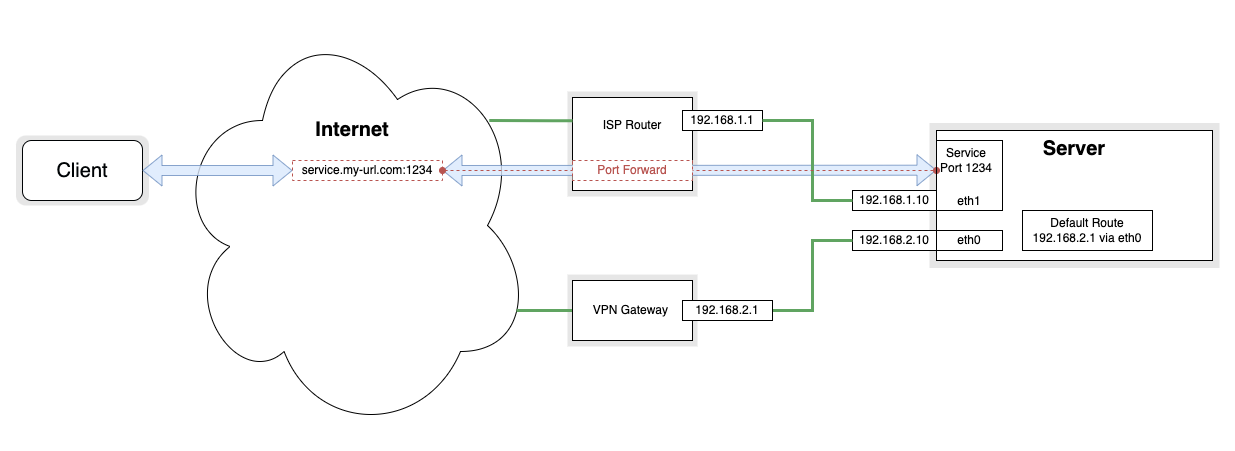
Earlier version of the draw.io export assets/wanted.png (mietzen/split-gateway). Source tidied: cells renumbered, new cells last; positions are measured from the earlier drawing's top-left corner, leaving out a move shared by most shapes.
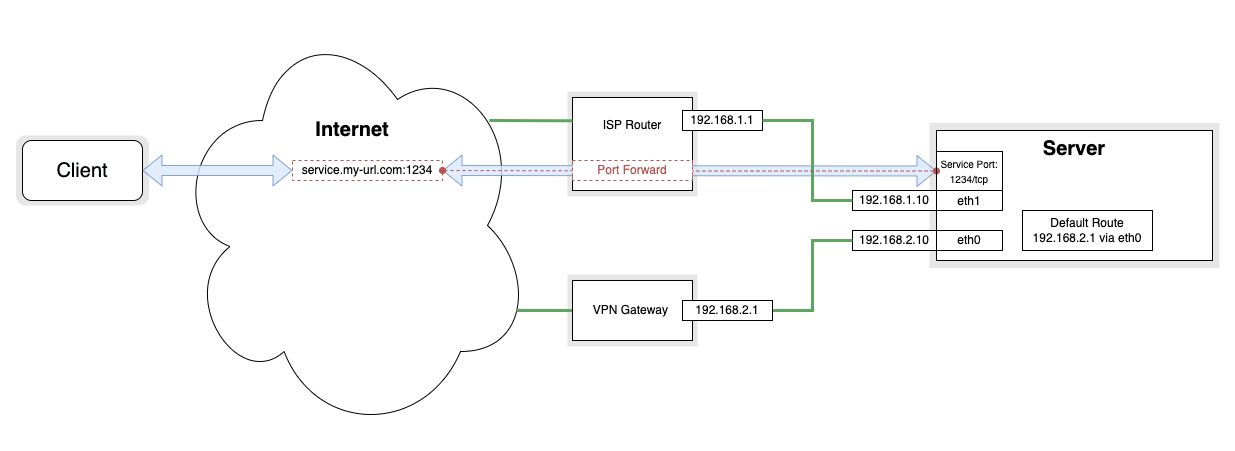
The same diagram one commit later.

Change to the diagram source:
```diff
@@ -2,98 +2,98 @@
   <root>
     <mxCell id="0" />
     <mxCell id="1" parent="0" />
-    <mxCell id="2" style="rounded=1;whiteSpace=wrap;html=1;fontSize=20;fontColor=#000305;strokeColor=none;fillColor=#E6E6E6;arcSize=14;" parent="1" vertex="1">
-      <mxGeometry x="0.5" y="120" width="133" height="70" as="geometry" />
+    <mxCell id="2" style="rounded=1;whiteSpace=wrap;html=1;fontSize=20;fontColor=#000305;strokeColor=none;fillColor=#E6E6E6;arcSize=0;" parent="1" vertex="1">
+      <mxGeometry x="914" y="107.5" width="290" height="145" as="geometry" />
     </mxCell>
-    <mxCell id="3" style="rounded=1;whiteSpace=wrap;html=1;fontSize=20;fontColor=#000305;strokeColor=none;fillColor=#E6E6E6;arcSize=0;" parent="1" vertex="1">
-      <mxGeometry x="552" y="76" width="130" height="105" as="geometry" />
+    <mxCell id="3" value="&lt;b&gt;&lt;font style=&quot;font-size: 20px;&quot;&gt;Server&lt;/font&gt;&lt;/b&gt;" style="rounded=0;whiteSpace=wrap;html=1;align=center;verticalAlign=top;" parent="1" vertex="1">
+      <mxGeometry x="921" y="115" width="276" height="130" as="geometry" />
     </mxCell>
-    <mxCell id="4" style="rounded=1;whiteSpace=wrap;html=1;fontSize=20;fontColor=#000305;strokeColor=none;fillColor=#E6E6E6;arcSize=0;" parent="1" vertex="1">
-      <mxGeometry x="552" y="259.1" width="130" height="71.9" as="geometry" />
+    <mxCell id="4" value="eth1" style="text;html=1;strokeColor=default;fillColor=none;align=center;verticalAlign=bottom;whiteSpace=wrap;rounded=0;" parent="1" vertex="1">
+      <mxGeometry x="921" y="175" width="66" height="20" as="geometry" />
     </mxCell>
-    <mxCell id="5" style="rounded=1;whiteSpace=wrap;html=1;fontSize=20;fontColor=#000305;strokeColor=none;fillColor=#E6E6E6;arcSize=0;" parent="1" vertex="1">
-      <mxGeometry x="914" y="107.5" width="290" height="145" as="geometry" />
+    <mxCell id="5" style="rounded=1;whiteSpace=wrap;html=1;fontSize=20;fontColor=#000305;strokeColor=none;fillColor=#E6E6E6;arcSize=14;" parent="1" vertex="1">
+      <mxGeometry x="0.5" y="120" width="133" height="70" as="geometry" />
     </mxCell>
-    <mxCell id="6" value="&lt;br&gt;ISP Router" style="rounded=0;whiteSpace=wrap;html=1;verticalAlign=top;" parent="1" vertex="1">
-      <mxGeometry x="557" y="82" width="120" height="93" as="geometry" />
+    <mxCell id="6" style="rounded=1;whiteSpace=wrap;html=1;fontSize=20;fontColor=#000305;strokeColor=none;fillColor=#E6E6E6;arcSize=0;" parent="1" vertex="1">
+      <mxGeometry x="552" y="76" width="130" height="105" as="geometry" />
     </mxCell>
-    <mxCell id="7" value="192.168.1.10" style="rounded=0;whiteSpace=wrap;html=1;" parent="1" vertex="1">
-      <mxGeometry x="837" y="175" width="84" height="20" as="geometry" />
+    <mxCell id="7" style="rounded=1;whiteSpace=wrap;html=1;fontSize=20;fontColor=#000305;strokeColor=none;fillColor=#E6E6E6;arcSize=0;" parent="1" vertex="1">
+      <mxGeometry x="552" y="259.1" width="130" height="71.9" as="geometry" />
     </mxCell>
-    <mxCell id="8" value="&lt;font style=&quot;font-size: 20px;&quot;&gt;&lt;br&gt;&lt;br&gt;&lt;br&gt;&lt;br&gt;&lt;b&gt;&lt;font style=&quot;font-size: 20px;&quot;&gt;Internet&lt;/font&gt;&lt;/b&gt;&lt;/font&gt;" style="ellipse;shape=cloud;whiteSpace=wrap;html=1;rounded=0;verticalAlign=top;" parent="1" vertex="1">
-      <mxGeometry x="157" width="360" height="420" as="geometry" />
+    <mxCell id="8" value="&lt;br&gt;ISP Router" style="rounded=0;whiteSpace=wrap;html=1;verticalAlign=top;" parent="1" vertex="1">
+      <mxGeometry x="557" y="82" width="120" height="93" as="geometry" />
     </mxCell>
-    <mxCell id="9" style="shape=flexArrow;endArrow=classic;html=1;rounded=0;fontSize=20;fontColor=#B85450;fillColor=#dae8fc;strokeColor=#6c8ebf;opacity=80;entryX=0;entryY=0.424;entryDx=0;entryDy=0;exitX=1;exitY=0.5;exitDx=0;exitDy=0;startArrow=block;entryPerimeter=0;" parent="1" edge="1" source="25" target="21">
-      <mxGeometry relative="1" as="geometry" />
+    <mxCell id="9" value="192.168.1.10" style="rounded=0;whiteSpace=wrap;html=1;" parent="1" vertex="1">
+      <mxGeometry x="837" y="175" width="84" height="20" as="geometry" />
     </mxCell>
-    <mxCell id="10" style="edgeStyle=orthogonalEdgeStyle;rounded=0;jettySize=auto;html=1;endArrow=none;endFill=0;entryX=0.88;entryY=0.25;entryDx=0;entryDy=0;entryPerimeter=0;exitX=0;exitY=0.25;exitDx=0;exitDy=0;strokeWidth=3;strokeColor=#60A461;" parent="1" edge="1" source="6" target="8">
-      <mxGeometry relative="1" as="geometry" />
+    <mxCell id="10" value="&lt;font style=&quot;font-size: 20px;&quot;&gt;&lt;br&gt;&lt;br&gt;&lt;br&gt;&lt;br&gt;&lt;b&gt;&lt;font style=&quot;font-size: 20px;&quot;&gt;Internet&lt;/font&gt;&lt;/b&gt;&lt;/font&gt;" style="ellipse;shape=cloud;whiteSpace=wrap;html=1;rounded=0;verticalAlign=top;" parent="1" vertex="1">
+      <mxGeometry x="157" width="360" height="420" as="geometry" />
     </mxCell>
-    <mxCell id="11" value="VPN Gateway&amp;nbsp;" style="rounded=0;whiteSpace=wrap;html=1;" parent="1" vertex="1">
-      <mxGeometry x="557" y="265" width="120" height="60" as="geometry" />
+    <mxCell id="11" style="shape=flexArrow;endArrow=classic;html=1;rounded=0;fontSize=20;fontColor=#B85450;fillColor=#dae8fc;strokeColor=#6c8ebf;opacity=80;entryX=0;entryY=0.5;entryDx=0;entryDy=0;exitX=1;exitY=0.5;exitDx=0;exitDy=0;startArrow=block;" parent="1" edge="1" source="24" target="29">
+      <mxGeometry relative="1" as="geometry" />
     </mxCell>
-    <mxCell id="12" value="&lt;b&gt;&lt;font style=&quot;font-size: 20px;&quot;&gt;Server&lt;/font&gt;&lt;/b&gt;" style="rounded=0;whiteSpace=wrap;html=1;align=center;verticalAlign=top;" parent="1" vertex="1">
-      <mxGeometry x="921" y="115" width="276" height="130" as="geometry" />
+    <mxCell id="12" style="edgeStyle=orthogonalEdgeStyle;rounded=0;jettySize=auto;html=1;endArrow=none;endFill=0;entryX=0.88;entryY=0.25;entryDx=0;entryDy=0;entryPerimeter=0;exitX=0;exitY=0.25;exitDx=0;exitDy=0;strokeWidth=3;strokeColor=#60A461;" parent="1" edge="1" source="8" target="10">
+      <mxGeometry relative="1" as="geometry" />
     </mxCell>
-    <mxCell id="13" value="192.168.1.1" style="rounded=0;whiteSpace=wrap;html=1;" parent="1" vertex="1">
-      <mxGeometry x="667" y="95" width="80" height="20" as="geometry" />
+    <mxCell id="13" value="VPN Gateway&amp;nbsp;" style="rounded=0;whiteSpace=wrap;html=1;" parent="1" vertex="1">
+      <mxGeometry x="557" y="265" width="120" height="60" as="geometry" />
     </mxCell>
-    <mxCell id="14" value="192.168.2.10" style="rounded=0;whiteSpace=wrap;html=1;" parent="1" vertex="1">
-      <mxGeometry x="837" y="215" width="84" height="20" as="geometry" />
+    <mxCell id="14" value="192.168.1.1" style="rounded=0;whiteSpace=wrap;html=1;" parent="1" vertex="1">
+      <mxGeometry x="667" y="95" width="80" height="20" as="geometry" />
     </mxCell>
-    <mxCell id="15" style="edgeStyle=orthogonalEdgeStyle;rounded=0;jettySize=auto;html=1;exitX=1;exitY=0.5;exitDx=0;exitDy=0;entryX=0;entryY=0.5;entryDx=0;entryDy=0;endArrow=none;endFill=0;strokeWidth=3;strokeColor=#60A461;" parent="1" edge="1" source="13" target="7">
-      <mxGeometry relative="1" as="geometry">
-        <Array as="points">
-          <mxPoint x="797" y="105" />
-          <mxPoint x="797" y="185" />
-        </Array>
-      </mxGeometry>
+    <mxCell id="15" value="192.168.2.10" style="rounded=0;whiteSpace=wrap;html=1;" parent="1" vertex="1">
+      <mxGeometry x="837" y="215" width="84" height="20" as="geometry" />
     </mxCell>
-    <mxCell id="16" style="edgeStyle=orthogonalEdgeStyle;rounded=0;jettySize=auto;html=1;exitX=0;exitY=0.5;exitDx=0;exitDy=0;entryX=1;entryY=0.5;entryDx=0;entryDy=0;endArrow=none;endFill=0;strokeWidth=3;strokeColor=#60A461;" parent="1" edge="1" source="14" target="29">
-      <mxGeometry relative="1" as="geometry" />
+    <mxCell id="16" style="edgeStyle=orthogonalEdgeStyle;rounded=0;jettySize=auto;html=1;exitX=1;exitY=0.5;exitDx=0;exitDy=0;entryX=0;entryY=0.5;entryDx=0;entryDy=0;endArrow=none;endFill=0;strokeWidth=3;strokeColor=#60A461;" parent="1" edge="1" source="14" target="9">
+      <mxGeometry relative="1" as="geometry">
+        <Array as="points">
+          <mxPoint x="797" y="105" />
+          <mxPoint x="797" y="185" />
+        </Array>
+      </mxGeometry>
     </mxCell>
-    <mxCell id="17" value="Default Route&lt;br&gt;192.168.2.1 via eth0" style="text;html=1;strokeColor=default;fillColor=none;align=center;verticalAlign=middle;whiteSpace=wrap;rounded=0;" parent="1" vertex="1">
-      <mxGeometry x="1007" y="195" width="130" height="40" as="geometry" />
+    <mxCell id="17" style="edgeStyle=orthogonalEdgeStyle;rounded=0;jettySize=auto;html=1;exitX=0;exitY=0.5;exitDx=0;exitDy=0;entryX=1;entryY=0.5;entryDx=0;entryDy=0;endArrow=none;endFill=0;strokeWidth=3;strokeColor=#60A461;" parent="1" edge="1" source="15" target="28">
+      <mxGeometry relative="1" as="geometry" />
     </mxCell>
-    <mxCell id="18" value="Service&lt;br&gt;Port 1234" style="text;html=1;strokeColor=none;fillColor=none;align=center;verticalAlign=middle;whiteSpace=wrap;rounded=0;" parent="1" vertex="1">
-      <mxGeometry x="921" y="125" width="60" height="40" as="geometry" />
+    <mxCell id="18" value="Default Route&lt;br&gt;192.168.2.1 via eth0" style="text;html=1;strokeColor=default;fillColor=none;align=center;verticalAlign=middle;whiteSpace=wrap;rounded=0;" parent="1" vertex="1">
+      <mxGeometry x="1007" y="195" width="130" height="40" as="geometry" />
     </mxCell>
-    <mxCell id="19" style="edgeStyle=orthogonalEdgeStyle;rounded=0;jettySize=auto;html=1;exitX=0;exitY=0.75;exitDx=0;exitDy=0;entryX=1;entryY=0.5;entryDx=0;entryDy=0;endArrow=oval;endFill=1;dashed=1;startArrow=oval;startFill=1;fillColor=#f8cecc;strokeColor=#b85450;" parent="1" edge="1" source="18" target="25">
+    <mxCell id="19" style="edgeStyle=orthogonalEdgeStyle;rounded=0;jettySize=auto;html=1;exitX=0;exitY=0.5;exitDx=0;exitDy=0;entryX=1;entryY=0.5;entryDx=0;entryDy=0;endArrow=oval;endFill=1;dashed=1;startArrow=oval;startFill=1;fillColor=#f8cecc;strokeColor=#b85450;" parent="1" edge="1" source="29" target="24">
       <mxGeometry relative="1" as="geometry" />
     </mxCell>
     <mxCell id="20" value="eth0" style="text;html=1;strokeColor=default;fillColor=none;align=center;verticalAlign=middle;whiteSpace=wrap;rounded=0;" parent="1" vertex="1">
       <mxGeometry x="921" y="215" width="66" height="20" as="geometry" />
     </mxCell>
-    <mxCell id="21" value="eth1" style="text;html=1;strokeColor=default;fillColor=none;align=center;verticalAlign=bottom;whiteSpace=wrap;rounded=0;" parent="1" vertex="1">
-      <mxGeometry x="921" y="125" width="66" height="70" as="geometry" />
+    <mxCell id="21" style="edgeStyle=orthogonalEdgeStyle;rounded=0;jettySize=auto;html=1;endArrow=none;endFill=0;exitX=0;exitY=0.5;exitDx=0;exitDy=0;strokeWidth=3;strokeColor=#60A461;" parent="1" edge="1" source="13">
+      <mxGeometry relative="1" as="geometry">
+        <mxPoint x="501" y="295" as="targetPoint" />
+      </mxGeometry>
     </mxCell>
-    <mxCell id="22" style="edgeStyle=orthogonalEdgeStyle;rounded=0;jettySize=auto;html=1;endArrow=none;endFill=0;exitX=0;exitY=0.5;exitDx=0;exitDy=0;strokeWidth=3;strokeColor=#60A461;" parent="1" edge="1" source="11">
-      <mxGeometry relative="1" as="geometry">
-        <mxPoint x="501" y="295" as="targetPoint" />
-      </mxGeometry>
+    <mxCell id="22" value="&lt;font color=&quot;#000305&quot;&gt;Client&lt;/font&gt;" style="rounded=1;whiteSpace=wrap;html=1;fontSize=20;fontColor=#B85450;strokeColor=#000305;fillColor=default;" parent="1" vertex="1">
+      <mxGeometry x="7" y="125" width="120" height="60" as="geometry" />
     </mxCell>
-    <mxCell id="23" value="&lt;font color=&quot;#000305&quot;&gt;Client&lt;/font&gt;" style="rounded=1;whiteSpace=wrap;html=1;fontSize=20;fontColor=#B85450;strokeColor=#000305;fillColor=default;" parent="1" vertex="1">
-      <mxGeometry x="7" y="125" width="120" height="60" as="geometry" />
+    <mxCell id="23" style="shape=flexArrow;endArrow=classic;html=1;rounded=0;fontSize=20;fontColor=#B85450;fillColor=#dae8fc;strokeColor=#6c8ebf;opacity=80;exitX=1;exitY=0.5;exitDx=0;exitDy=0;startArrow=block;" parent="1" edge="1" source="22">
+      <mxGeometry relative="1" as="geometry">
+        <mxPoint x="277" y="155" as="targetPoint" />
+      </mxGeometry>
     </mxCell>
-    <mxCell id="24" style="shape=flexArrow;endArrow=classic;html=1;rounded=0;fontSize=20;fontColor=#B85450;fillColor=#dae8fc;strokeColor=#6c8ebf;opacity=80;exitX=1;exitY=0.5;exitDx=0;exitDy=0;startArrow=block;" parent="1" edge="1" source="23">
-      <mxGeometry relative="1" as="geometry">
-        <mxPoint x="277" y="155" as="targetPoint" />
-      </mxGeometry>
+    <mxCell id="24" value="service.my-url.com:1234" style="text;html=1;strokeColor=#B85450;fillColor=none;align=center;verticalAlign=middle;whiteSpace=wrap;rounded=0;dashed=1;" parent="1" vertex="1">
+      <mxGeometry x="277" y="145" width="150" height="20" as="geometry" />
     </mxCell>
-    <mxCell id="25" value="service.my-url.com:1234" style="text;html=1;strokeColor=#B85450;fillColor=none;align=center;verticalAlign=middle;whiteSpace=wrap;rounded=0;dashed=1;" parent="1" vertex="1">
-      <mxGeometry x="277" y="145" width="150" height="20" as="geometry" />
+    <mxCell id="25" value="VPN Gateway&amp;nbsp;" style="rounded=0;whiteSpace=wrap;html=1;" parent="1" vertex="1">
+      <mxGeometry x="557" y="265" width="120" height="60" as="geometry" />
     </mxCell>
     <mxCell id="26" value="VPN Gateway&amp;nbsp;" style="rounded=0;whiteSpace=wrap;html=1;" parent="1" vertex="1">
       <mxGeometry x="557" y="265" width="120" height="60" as="geometry" />
     </mxCell>
-    <mxCell id="27" value="VPN Gateway&amp;nbsp;" style="rounded=0;whiteSpace=wrap;html=1;" parent="1" vertex="1">
-      <mxGeometry x="557" y="265" width="120" height="60" as="geometry" />
+    <mxCell id="27" value="&lt;font color=&quot;#b85450&quot;&gt;Port Forward&lt;/font&gt;" style="rounded=0;whiteSpace=wrap;html=1;dashed=1;strokeColor=#B85450;fillColor=default;" parent="1" vertex="1">
+      <mxGeometry x="557" y="145" width="120" height="20" as="geometry" />
     </mxCell>
-    <mxCell id="28" value="&lt;font color=&quot;#b85450&quot;&gt;Port Forward&lt;/font&gt;" style="rounded=0;whiteSpace=wrap;html=1;dashed=1;strokeColor=#B85450;fillColor=default;" parent="1" vertex="1">
-      <mxGeometry x="557" y="145" width="120" height="20" as="geometry" />
+    <mxCell id="28" value="192.168.2.1" style="rounded=0;whiteSpace=wrap;html=1;" parent="1" vertex="1">
+      <mxGeometry x="667" y="285" width="90" height="20" as="geometry" />
     </mxCell>
-    <mxCell id="29" value="192.168.2.1" style="rounded=0;whiteSpace=wrap;html=1;" parent="1" vertex="1">
-      <mxGeometry x="667" y="285" width="90" height="20" as="geometry" />
+    <mxCell id="29" value="&lt;font style=&quot;font-size: 10px;&quot;&gt;Service Port: 1234/tcp&lt;/font&gt;" style="text;html=1;strokeColor=default;fillColor=none;align=center;verticalAlign=middle;whiteSpace=wrap;rounded=0;" parent="1" vertex="1">
+      <mxGeometry x="921" y="136" width="66" height="39" as="geometry" />
     </mxCell>
   </root>
 </mxGraphModel>
```
